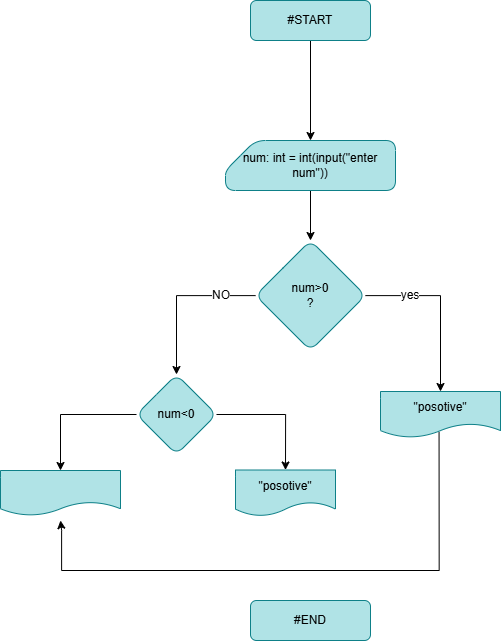
mayalis2002/Class-Practice keeps this draw.io diagram as elif.diag.png. Above is the earlier version. Source tidied: cells renumbered, new cells last; positions are measured from the earlier drawing's top-left corner, leaving out a move shared by most shapes.
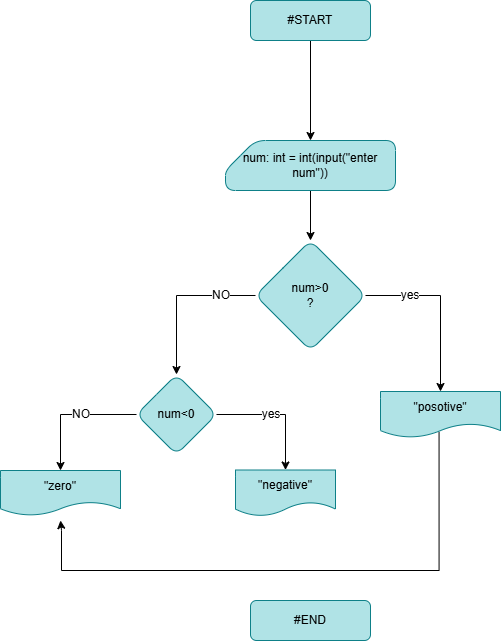
The same diagram one commit later.

The edit, as a diff of the source:
```diff
@@ -55,11 +55,17 @@
     <mxCell id="16" value="NO" style="text;html=1;align=center;verticalAlign=middle;whiteSpace=wrap;rounded=0;fontFamily=Helvetica;fontSize=12;fontColor=default;labelBackgroundColor=default;" parent="1" vertex="1">
       <mxGeometry x="191" y="280" width="60" height="30" as="geometry" />
     </mxCell>
-    <mxCell id="17" value="&quot;posotive&quot;" style="shape=document;whiteSpace=wrap;html=1;boundedLbl=1;rounded=1;strokeColor=#0e8088;align=center;verticalAlign=middle;fontFamily=Helvetica;fontSize=12;fontColor=default;fillColor=#b0e3e6;" parent="1" vertex="1">
+    <mxCell id="17" value="&quot;negative&quot;" style="shape=document;whiteSpace=wrap;html=1;boundedLbl=1;rounded=1;strokeColor=#0e8088;align=center;verticalAlign=middle;fontFamily=Helvetica;fontSize=12;fontColor=default;fillColor=#b0e3e6;" parent="1" vertex="1">
       <mxGeometry x="235" y="469.5" width="100" height="46" as="geometry" />
     </mxCell>
-    <mxCell id="18" style="shape=document;whiteSpace=wrap;html=1;boundedLbl=1;fillColor=#b0e3e6;strokeColor=#0e8088;rounded=1;" parent="1" vertex="1">
+    <mxCell id="18" value="&quot;zero&quot;" style="shape=document;whiteSpace=wrap;html=1;boundedLbl=1;fillColor=#b0e3e6;strokeColor=#0e8088;rounded=1;" parent="1" vertex="1">
       <mxGeometry y="470" width="120" height="45" as="geometry" />
     </mxCell>
+    <mxCell id="19" value="yes" style="text;html=1;align=center;verticalAlign=middle;whiteSpace=wrap;rounded=0;fontFamily=Helvetica;fontSize=12;fontColor=default;labelBackgroundColor=default;" parent="1" vertex="1">
+      <mxGeometry x="240.5" y="399" width="60" height="30" as="geometry" />
+    </mxCell>
+    <mxCell id="20" value="NO" style="text;html=1;align=center;verticalAlign=middle;whiteSpace=wrap;rounded=0;fontFamily=Helvetica;fontSize=12;fontColor=default;labelBackgroundColor=default;" parent="1" vertex="1">
+      <mxGeometry x="51.5" y="399" width="60" height="30" as="geometry" />
+    </mxCell>
   </root>
 </mxGraphModel>
```
